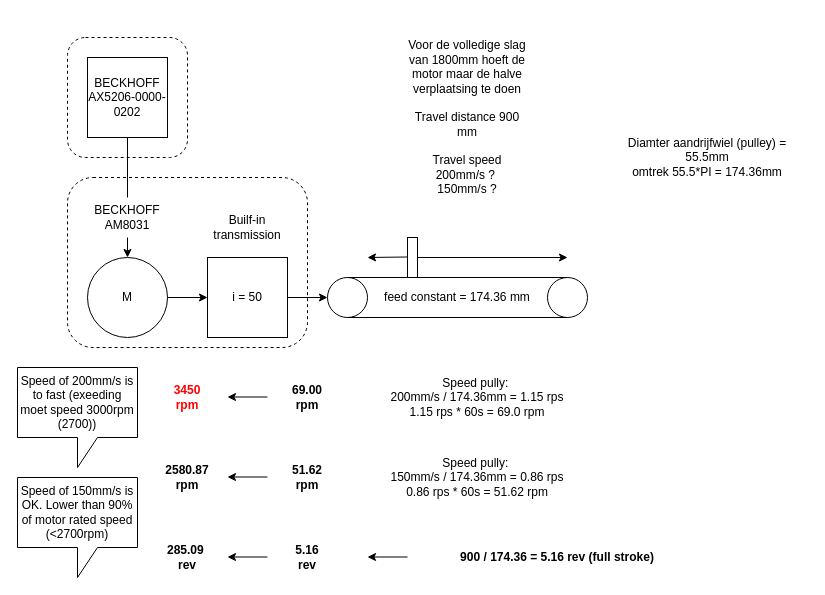
The draw.io diagram Documentation/MotionControl/Transport Unit/Principe Transport Unit (servo).drawio in KMWE/KMWE_CleanroomConnect, before the edit. Source tidied: cells renumbered, new cells numbered last; positions are measured from the earlier drawing's top-left corner, leaving out a move shared by most shapes. Both pictures are drawn from the tidied source at 100%, with x=0, y=0 at pixel (17, 17).
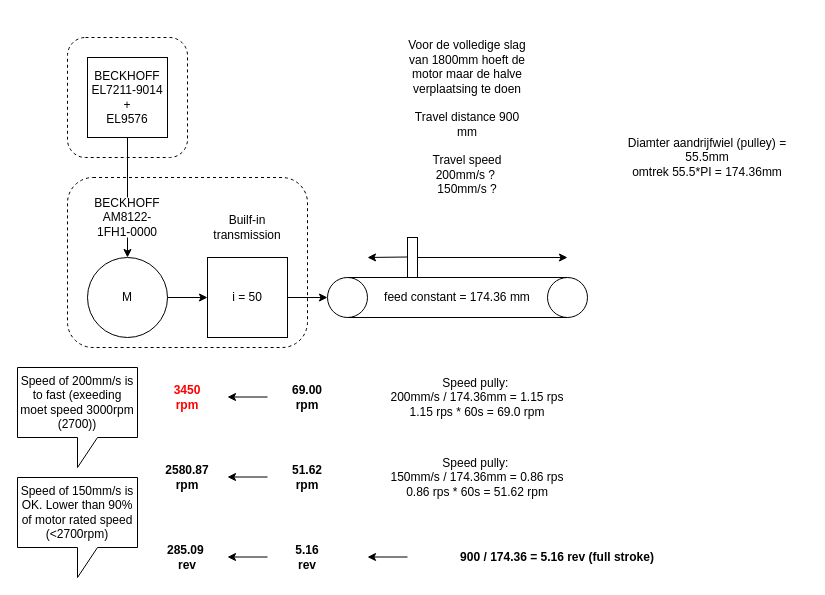
The same diagram, later.

What changed in the source:
```diff
@@
-    <mxCell id="19" value="&lt;div&gt;BECKHOFF&lt;/div&gt;AX5206-0000-0202&lt;div&gt;&lt;/div&gt;" style="whiteSpace=wrap;html=1;" parent="1" vertex="1">
+    <mxCell id="19" value="&lt;div&gt;BECKHOFF&lt;/div&gt;EL7211-9014&lt;div&gt;&lt;/div&gt;&lt;div&gt;+&lt;/div&gt;&lt;div&gt;EL9576&lt;/div&gt;" style="whiteSpace=wrap;html=1;" parent="1" vertex="1">
       <mxGeometry x="70" y="40" width="80" height="80" as="geometry" />
     </mxCell>
@@
-    <mxCell id="21" value="BECKHOFF&lt;div&gt;AM8031&lt;/div&gt;" style="text;html=1;align=center;verticalAlign=middle;whiteSpace=wrap;rounded=0;fillColor=default;" parent="1" vertex="1">
+    <mxCell id="21" value="BECKHOFF&lt;div&gt;AM8122-1FH1-0000&lt;/div&gt;" style="text;html=1;align=center;verticalAlign=middle;whiteSpace=wrap;rounded=0;fillColor=default;" parent="1" vertex="1">
       <mxGeometry x="70" y="180" width="80" height="40" as="geometry" />
     </mxCell>
```
